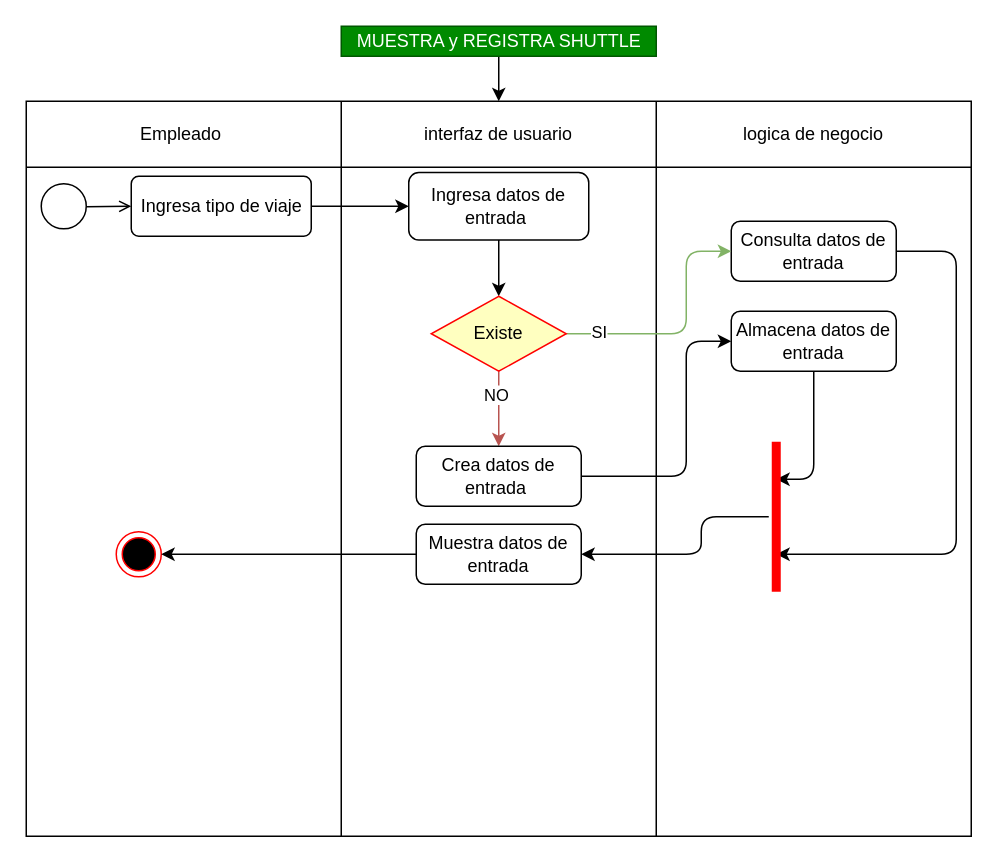
Before: Diagramas_Actividad/DAE.10.1.drawio in DavidArtavia/Activity_Diagram-, a draw.io diagram. Source tidied: cells renumbered, new cells numbered last; positions are measured from the earlier drawing's top-left corner, leaving out a move shared by most shapes. Both pictures are drawn from the tidied source at 150%, with x=0, y=0 at pixel (26, 26).
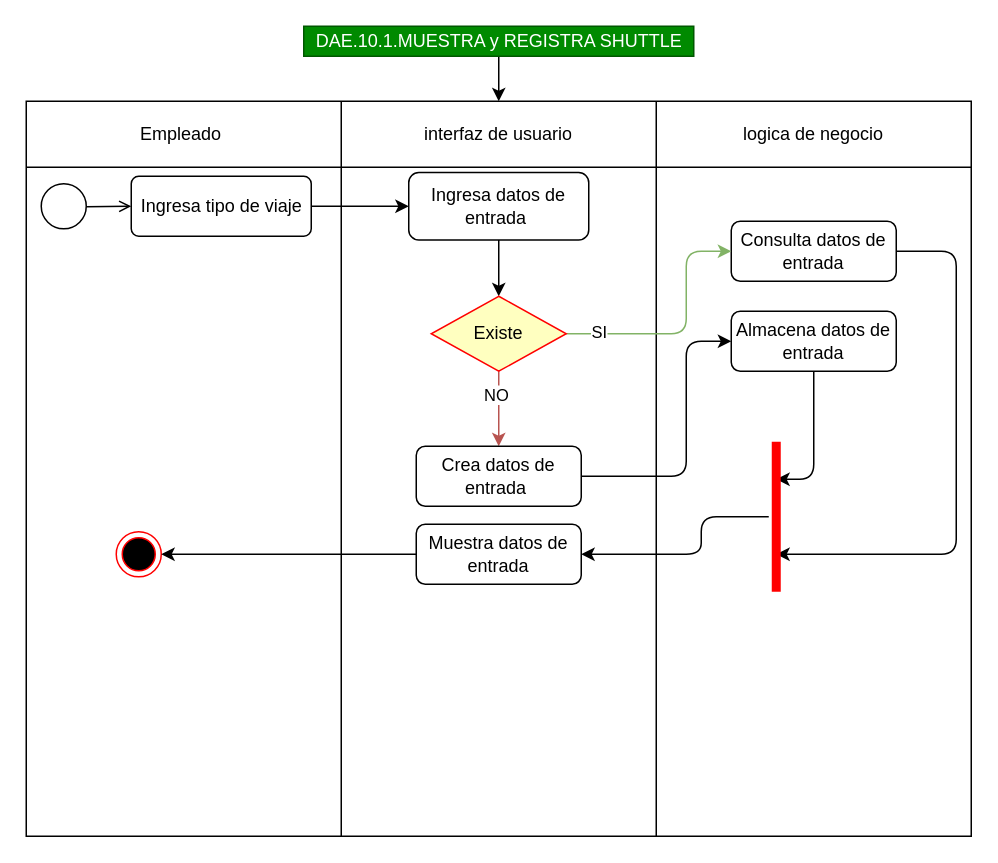
Above is the later version.

Change to the diagram source:
```diff
@@
-    <mxCell id="19" value="MUESTRA y REGISTRA SHUTTLE" style="text;html=1;align=center;verticalAlign=middle;points=[];rounded=0;fillColor=#008a00;fontColor=#ffffff;strokeColor=#005700;" parent="1" vertex="1">
-      <mxGeometry x="210" width="210" height="20" as="geometry" />
+    <mxCell id="19" value="DAE.10.1.MUESTRA y REGISTRA SHUTTLE" style="text;html=1;align=center;verticalAlign=middle;points=[];rounded=0;fillColor=#008a00;fontColor=#ffffff;strokeColor=#005700;" parent="1" vertex="1">
+      <mxGeometry x="185" width="260" height="20" as="geometry" />
     </mxCell>
```
